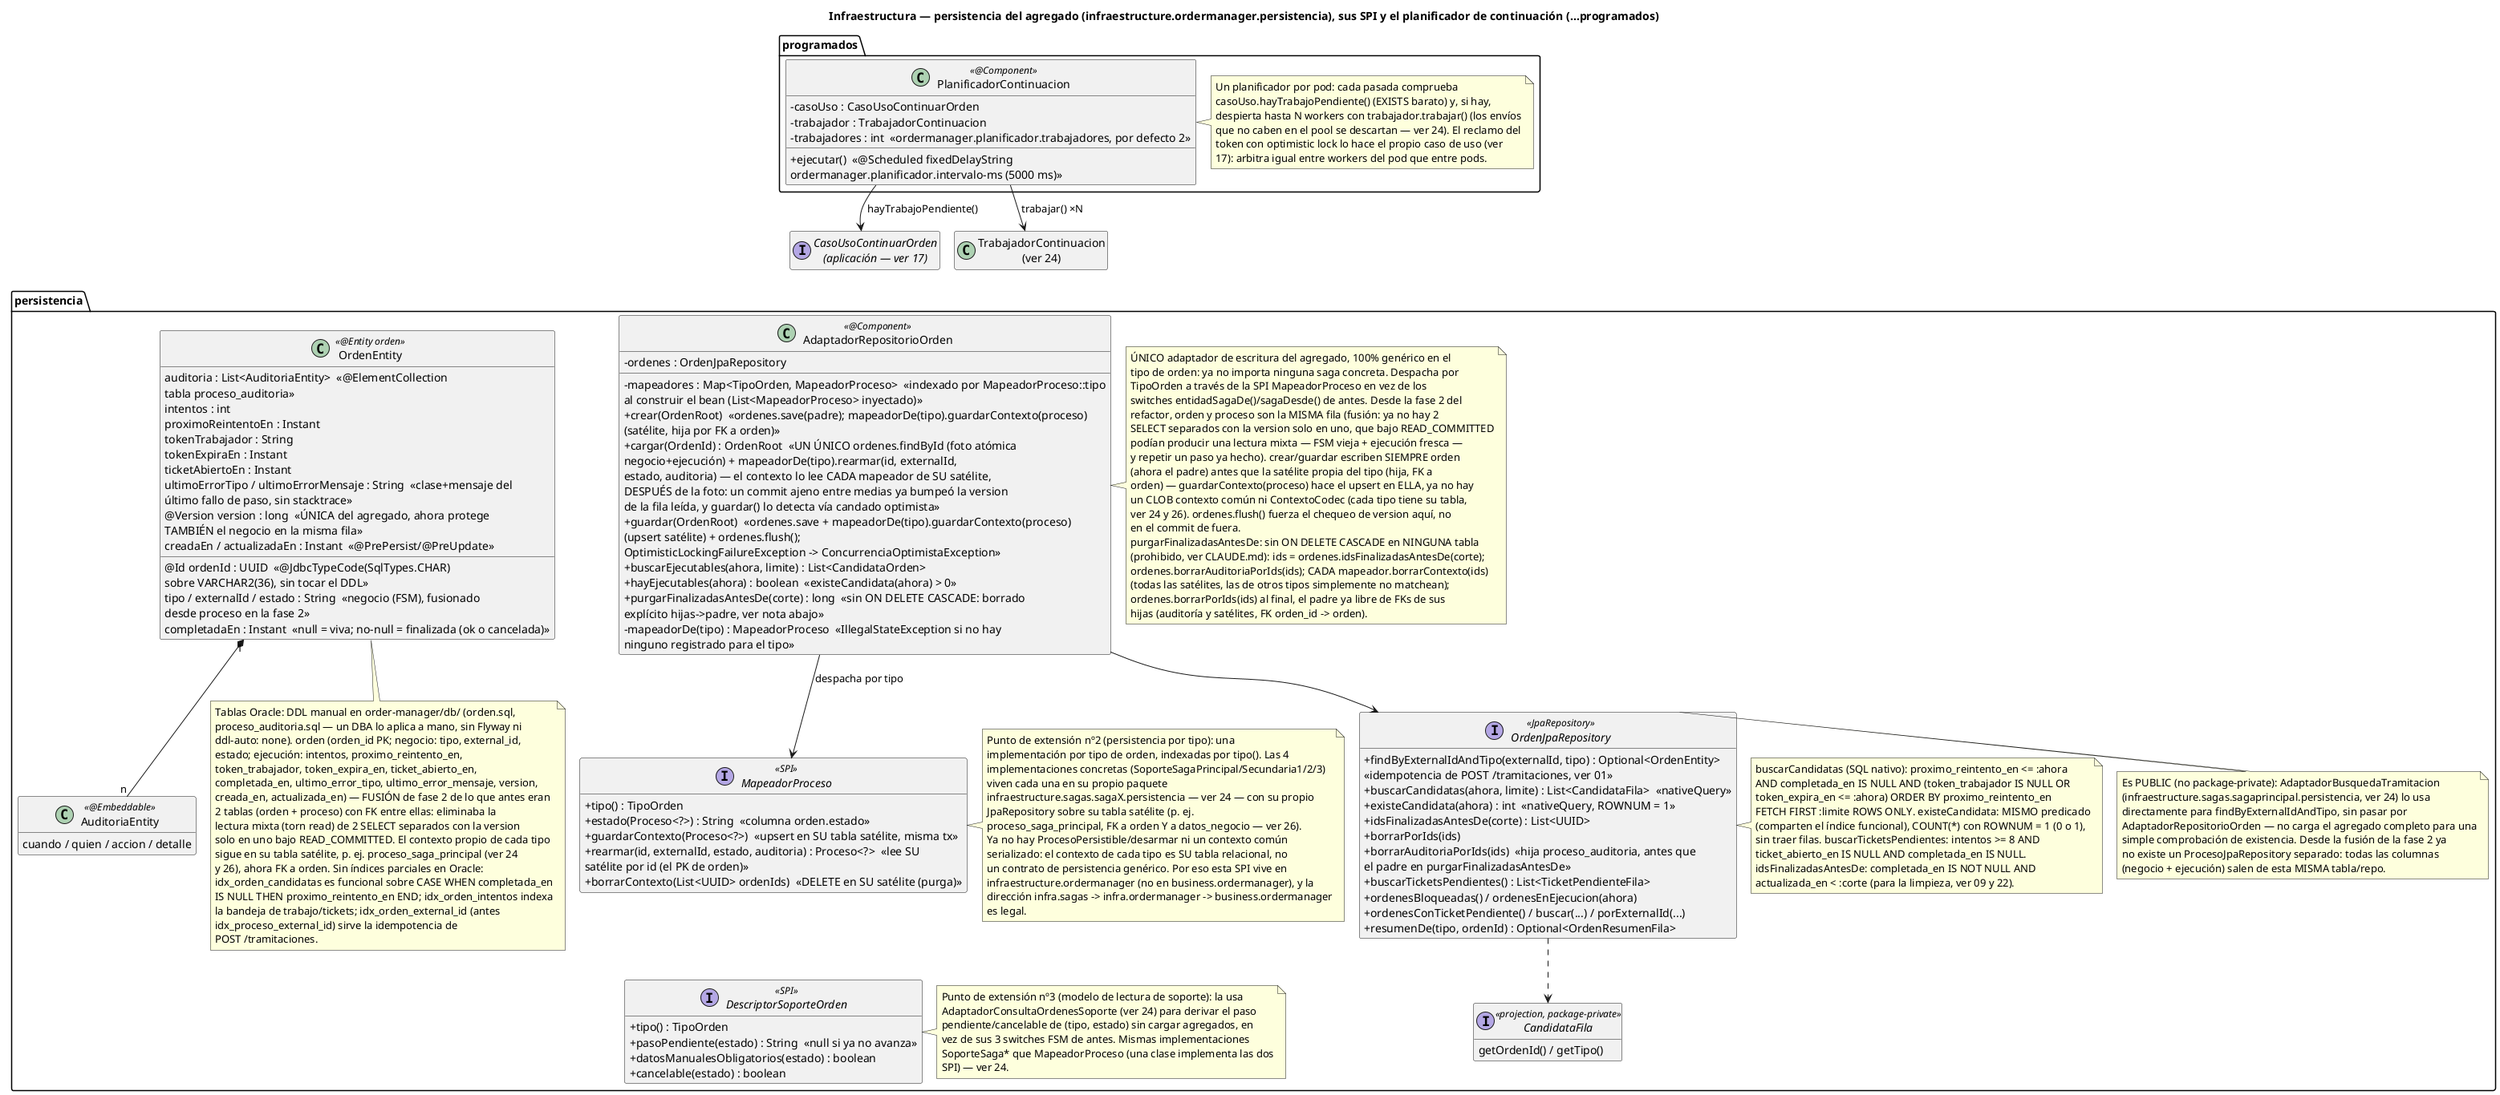
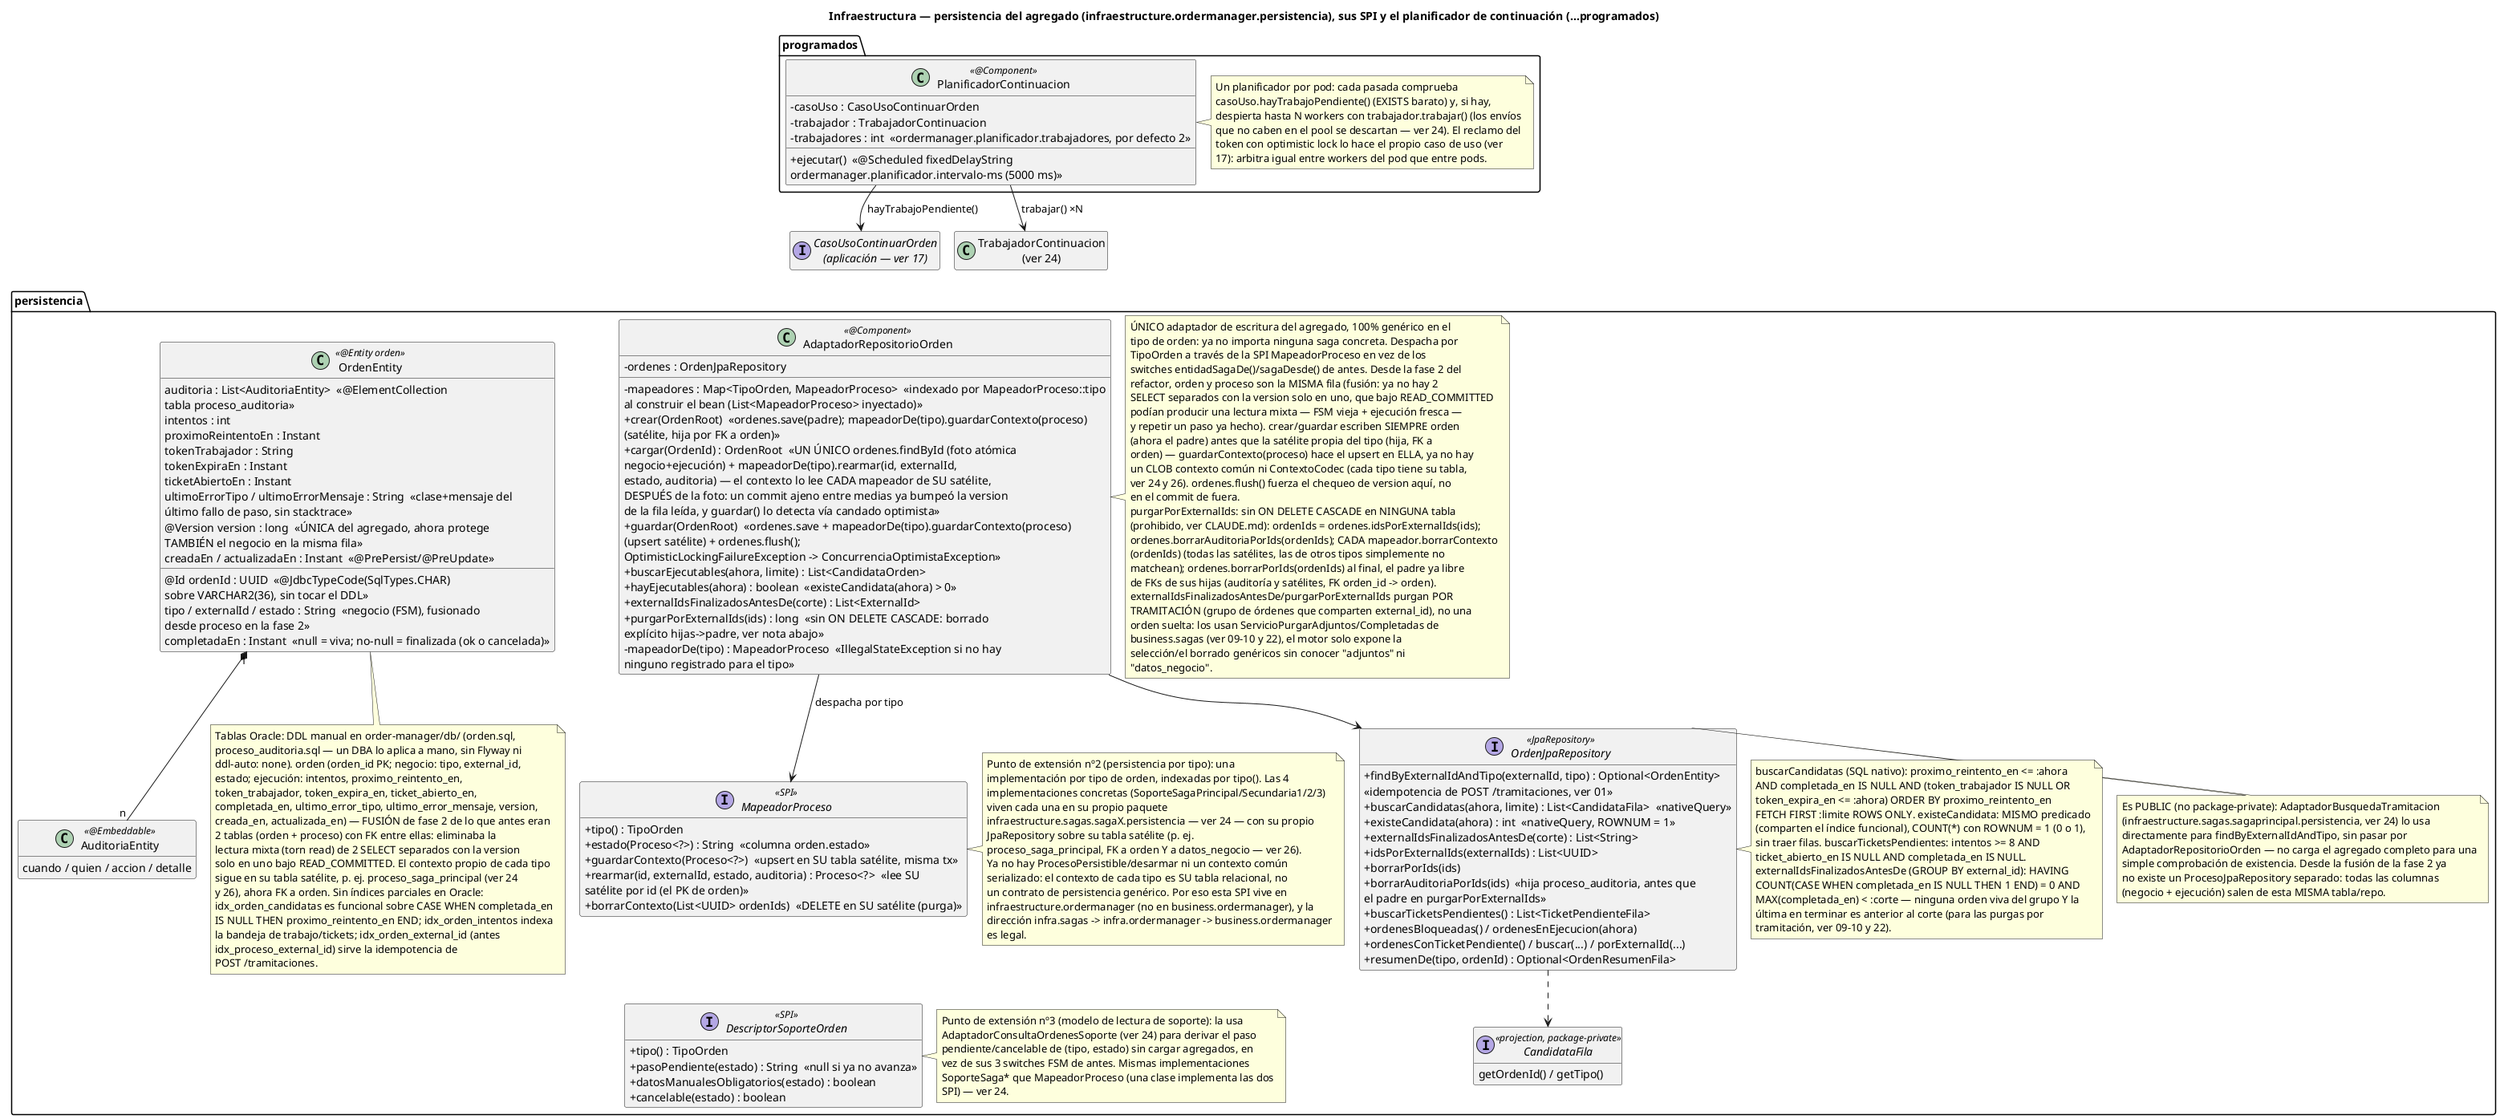
@startuml 23-clases-infraestructura-persistencia
title Infraestructura — persistencia del agregado (infraestructure.ordermanager.persistencia), sus SPI y el planificador de continuación (...programados)
!pragma layout smetana
hide empty members
skinparam classAttributeIconSize 0

package "programados" {
  class PlanificadorContinuacion <<@Component>> {
    -casoUso : CasoUsoContinuarOrden
    -trabajador : TrabajadorContinuacion
    -trabajadores : int  «ordermanager.planificador.trabajadores, por defecto 2»
    +ejecutar()  «@Scheduled fixedDelayString\nordermanager.planificador.intervalo-ms (5000 ms)»
  }
  note right of PlanificadorContinuacion
    Un planificador por pod: cada pasada comprueba
    casoUso.hayTrabajoPendiente() (EXISTS barato) y, si hay,
    despierta hasta N workers con trabajador.trabajar() (los envíos
    que no caben en el pool se descartan — ver 24). El reclamo del
    token con optimistic lock lo hace el propio caso de uso (ver
    17): arbitra igual entre workers del pod que entre pods.
  end note
}

interface "CasoUsoContinuarOrden\n(aplicación — ver 17)" as CasoUsoContinuarOrden
class "TrabajadorContinuacion\n(ver 24)" as TrabajadorContinuacion

package "persistencia" {
  class AdaptadorRepositorioOrden <<@Component>> {
    -ordenes : OrdenJpaRepository
    -mapeadores : Map<TipoOrden, MapeadorProceso>  «indexado por MapeadorProceso::tipo\nal construir el bean (List<MapeadorProceso> inyectado)»
    +crear(OrdenRoot)  «ordenes.save(padre); mapeadorDe(tipo).guardarContexto(proceso)\n(satélite, hija por FK a orden)»
    +cargar(OrdenId) : OrdenRoot  «UN ÚNICO ordenes.findById (foto atómica\nnegocio+ejecución) + mapeadorDe(tipo).rearmar(id, externalId,\nestado, auditoria) — el contexto lo lee CADA mapeador de SU satélite,\nDESPUÉS de la foto: un commit ajeno entre medias ya bumpeó la version\nde la fila leída, y guardar() lo detecta vía candado optimista»
    +guardar(OrdenRoot)  «ordenes.save + mapeadorDe(tipo).guardarContexto(proceso)\n(upsert satélite) + ordenes.flush();\nOptimisticLockingFailureException -> ConcurrenciaOptimistaException»
    +buscarEjecutables(ahora, limite) : List<CandidataOrden>
    +hayEjecutables(ahora) : boolean  «existeCandidata(ahora) > 0»
-     +purgarFinalizadasAntesDe(corte) : long  «sin ON DELETE CASCADE: borrado\nexplícito hijas->padre, ver nota abajo»
+     +externalIdsFinalizadosAntesDe(corte) : List<ExternalId>
+     +purgarPorExternalIds(ids) : long  «sin ON DELETE CASCADE: borrado\nexplícito hijas->padre, ver nota abajo»
    -mapeadorDe(tipo) : MapeadorProceso  «IllegalStateException si no hay\nninguno registrado para el tipo»
  }
  note right of AdaptadorRepositorioOrden
    ÚNICO adaptador de escritura del agregado, 100% genérico en el
    tipo de orden: ya no importa ninguna saga concreta. Despacha por
    TipoOrden a través de la SPI MapeadorProceso en vez de los
    switches entidadSagaDe()/sagaDesde() de antes. Desde la fase 2 del
    refactor, orden y proceso son la MISMA fila (fusión: ya no hay 2
    SELECT separados con la version solo en uno, que bajo READ_COMMITTED
    podían producir una lectura mixta — FSM vieja + ejecución fresca —
    y repetir un paso ya hecho). crear/guardar escriben SIEMPRE orden
    (ahora el padre) antes que la satélite propia del tipo (hija, FK a
    orden) — guardarContexto(proceso) hace el upsert en ELLA, ya no hay
    un CLOB contexto común ni ContextoCodec (cada tipo tiene su tabla,
    ver 24 y 26). ordenes.flush() fuerza el chequeo de version aquí, no
    en el commit de fuera.
-     purgarFinalizadasAntesDe: sin ON DELETE CASCADE en NINGUNA tabla
-     (prohibido, ver CLAUDE.md): ids = ordenes.idsFinalizadasAntesDe(corte);
-     ordenes.borrarAuditoriaPorIds(ids); CADA mapeador.borrarContexto(ids)
-     (todas las satélites, las de otros tipos simplemente no matchean);
-     ordenes.borrarPorIds(ids) al final, el padre ya libre de FKs de sus
-     hijas (auditoría y satélites, FK orden_id -> orden).
+     purgarPorExternalIds: sin ON DELETE CASCADE en NINGUNA tabla
+     (prohibido, ver CLAUDE.md): ordenIds = ordenes.idsPorExternalIds(ids);
+     ordenes.borrarAuditoriaPorIds(ordenIds); CADA mapeador.borrarContexto
+     (ordenIds) (todas las satélites, las de otros tipos simplemente no
+     matchean); ordenes.borrarPorIds(ordenIds) al final, el padre ya libre
+     de FKs de sus hijas (auditoría y satélites, FK orden_id -> orden).
+     externalIdsFinalizadosAntesDe/purgarPorExternalIds purgan POR
+     TRAMITACIÓN (grupo de órdenes que comparten external_id), no una
+     orden suelta: los usan ServicioPurgarAdjuntos/Completadas de
+     business.sagas (ver 09-10 y 22), el motor solo expone la
+     selección/el borrado genéricos sin conocer "adjuntos" ni
+     "datos_negocio".
  end note

  interface MapeadorProceso <<SPI>> {
    +tipo() : TipoOrden
    +estado(Proceso<?>) : String  «columna orden.estado»
    +guardarContexto(Proceso<?>)  «upsert en SU tabla satélite, misma tx»
    +rearmar(id, externalId, estado, auditoria) : Proceso<?>  «lee SU\nsatélite por id (el PK de orden)»
    +borrarContexto(List<UUID> ordenIds)  «DELETE en SU satélite (purga)»
  }
  note right of MapeadorProceso
    Punto de extensión nº2 (persistencia por tipo): una
    implementación por tipo de orden, indexadas por tipo(). Las 4
    implementaciones concretas (SoporteSagaPrincipal/Secundaria1/2/3)
    viven cada una en su propio paquete
    infraestructure.sagas.sagaX.persistencia — ver 24 — con su propio
    JpaRepository sobre su tabla satélite (p. ej.
    proceso_saga_principal, FK a orden Y a datos_negocio — ver 26).
    Ya no hay ProcesoPersistible/desarmar ni un contexto común
    serializado: el contexto de cada tipo es SU tabla relacional, no
    un contrato de persistencia genérico. Por eso esta SPI vive en
    infraestructure.ordermanager (no en business.ordermanager), y la
    dirección infra.sagas -> infra.ordermanager -> business.ordermanager
    es legal.
  end note

  interface DescriptorSoporteOrden <<SPI>> {
    +tipo() : TipoOrden
    +pasoPendiente(estado) : String  «null si ya no avanza»
    +datosManualesObligatorios(estado) : boolean
    +cancelable(estado) : boolean
  }
  note right of DescriptorSoporteOrden
    Punto de extensión nº3 (modelo de lectura de soporte): la usa
    AdaptadorConsultaOrdenesSoporte (ver 24) para derivar el paso
    pendiente/cancelable de (tipo, estado) sin cargar agregados, en
    vez de sus 3 switches FSM de antes. Mismas implementaciones
    SoporteSaga* que MapeadorProceso (una clase implementa las dos
    SPI) — ver 24.
  end note

  interface "OrdenJpaRepository" as OrdenJpa <<JpaRepository>> {
    +findByExternalIdAndTipo(externalId, tipo) : Optional<OrdenEntity>\n«idempotencia de POST /tramitaciones, ver 01»
    +buscarCandidatas(ahora, limite) : List<CandidataFila>  «nativeQuery»
    +existeCandidata(ahora) : int  «nativeQuery, ROWNUM = 1»
-     +idsFinalizadasAntesDe(corte) : List<UUID>
+     +externalIdsFinalizadosAntesDe(corte) : List<String>
+     +idsPorExternalIds(externalIds) : List<UUID>
    +borrarPorIds(ids)
-     +borrarAuditoriaPorIds(ids)  «hija proceso_auditoria, antes que\nel padre en purgarFinalizadasAntesDe»
+     +borrarAuditoriaPorIds(ids)  «hija proceso_auditoria, antes que\nel padre en purgarPorExternalIds»
    +buscarTicketsPendientes() : List<TicketPendienteFila>
    +ordenesBloqueadas() / ordenesEnEjecucion(ahora)
    +ordenesConTicketPendiente() / buscar(...) / porExternalId(...)
    +resumenDe(tipo, ordenId) : Optional<OrdenResumenFila>
  }
  note right of OrdenJpa
    Es PUBLIC (no package-private): AdaptadorBusquedaTramitacion
    (infraestructure.sagas.sagaprincipal.persistencia, ver 24) lo usa
    directamente para findByExternalIdAndTipo, sin pasar por
    AdaptadorRepositorioOrden — no carga el agregado completo para una
    simple comprobación de existencia. Desde la fusión de la fase 2 ya
    no existe un ProcesoJpaRepository separado: todas las columnas
    (negocio + ejecución) salen de esta MISMA tabla/repo.
  end note
  interface CandidataFila <<projection, package-private>> {
    getOrdenId() / getTipo()
  }

  class OrdenEntity <<@Entity orden>> {
    @Id ordenId : UUID  «@JdbcTypeCode(SqlTypes.CHAR)\nsobre VARCHAR2(36), sin tocar el DDL»
    tipo / externalId / estado : String  «negocio (FSM), fusionado\ndesde proceso en la fase 2»
    auditoria : List<AuditoriaEntity>  «@ElementCollection\ntabla proceso_auditoria»
    intentos : int
    proximoReintentoEn : Instant
    tokenTrabajador : String
    tokenExpiraEn : Instant
    ticketAbiertoEn : Instant
    completadaEn : Instant  «null = viva; no-null = finalizada (ok o cancelada)»
    ultimoErrorTipo / ultimoErrorMensaje : String  «clase+mensaje del\núltimo fallo de paso, sin stacktrace»
    @Version version : long  «ÚNICA del agregado, ahora protege\nTAMBIÉN el negocio en la misma fila»
    creadaEn / actualizadaEn : Instant  «@PrePersist/@PreUpdate»
  }
  class AuditoriaEntity <<@Embeddable>> {
    cuando / quien / accion / detalle
  }

  note bottom of OrdenEntity
    Tablas Oracle: DDL manual en order-manager/db/ (orden.sql,
    proceso_auditoria.sql — un DBA lo aplica a mano, sin Flyway ni
    ddl-auto: none). orden (orden_id PK; negocio: tipo, external_id,
    estado; ejecución: intentos, proximo_reintento_en,
    token_trabajador, token_expira_en, ticket_abierto_en,
    completada_en, ultimo_error_tipo, ultimo_error_mensaje, version,
    creada_en, actualizada_en) — FUSIÓN de fase 2 de lo que antes eran
    2 tablas (orden + proceso) con FK entre ellas: eliminaba la
    lectura mixta (torn read) de 2 SELECT separados con la version
    solo en uno bajo READ_COMMITTED. El contexto propio de cada tipo
    sigue en su tabla satélite, p. ej. proceso_saga_principal (ver 24
    y 26), ahora FK a orden. Sin índices parciales en Oracle:
    idx_orden_candidatas es funcional sobre CASE WHEN completada_en
    IS NULL THEN proximo_reintento_en END; idx_orden_intentos indexa
    la bandeja de trabajo/tickets; idx_orden_external_id (antes
    idx_proceso_external_id) sirve la idempotencia de
    POST /tramitaciones.
  end note

  note right of OrdenJpa
    buscarCandidatas (SQL nativo): proximo_reintento_en <= :ahora
    AND completada_en IS NULL AND (token_trabajador IS NULL OR
    token_expira_en <= :ahora) ORDER BY proximo_reintento_en
    FETCH FIRST :limite ROWS ONLY. existeCandidata: MISMO predicado
    (comparten el índice funcional), COUNT(*) con ROWNUM = 1 (0 o 1),
    sin traer filas. buscarTicketsPendientes: intentos >= 8 AND
    ticket_abierto_en IS NULL AND completada_en IS NULL.
-     idsFinalizadasAntesDe: completada_en IS NOT NULL AND
-     actualizada_en < :corte (para la limpieza, ver 09 y 22).
+     externalIdsFinalizadosAntesDe (GROUP BY external_id): HAVING
+     COUNT(CASE WHEN completada_en IS NULL THEN 1 END) = 0 AND
+     MAX(completada_en) < :corte — ninguna orden viva del grupo Y la
+     última en terminar es anterior al corte (para las purgas por
+     tramitación, ver 09-10 y 22).
  end note
}

PlanificadorContinuacion --> CasoUsoContinuarOrden : hayTrabajoPendiente()
PlanificadorContinuacion --> TrabajadorContinuacion : trabajar() ×N
AdaptadorRepositorioOrden --> OrdenJpa
AdaptadorRepositorioOrden --> MapeadorProceso : despacha por tipo
OrdenJpa ..> CandidataFila
OrdenEntity "1" *-- "n" AuditoriaEntity

PlanificadorContinuacion -[hidden]down- CasoUsoContinuarOrden
CasoUsoContinuarOrden -[hidden]down- AdaptadorRepositorioOrden
MapeadorProceso -[hidden]down- DescriptorSoporteOrden
@enduml
